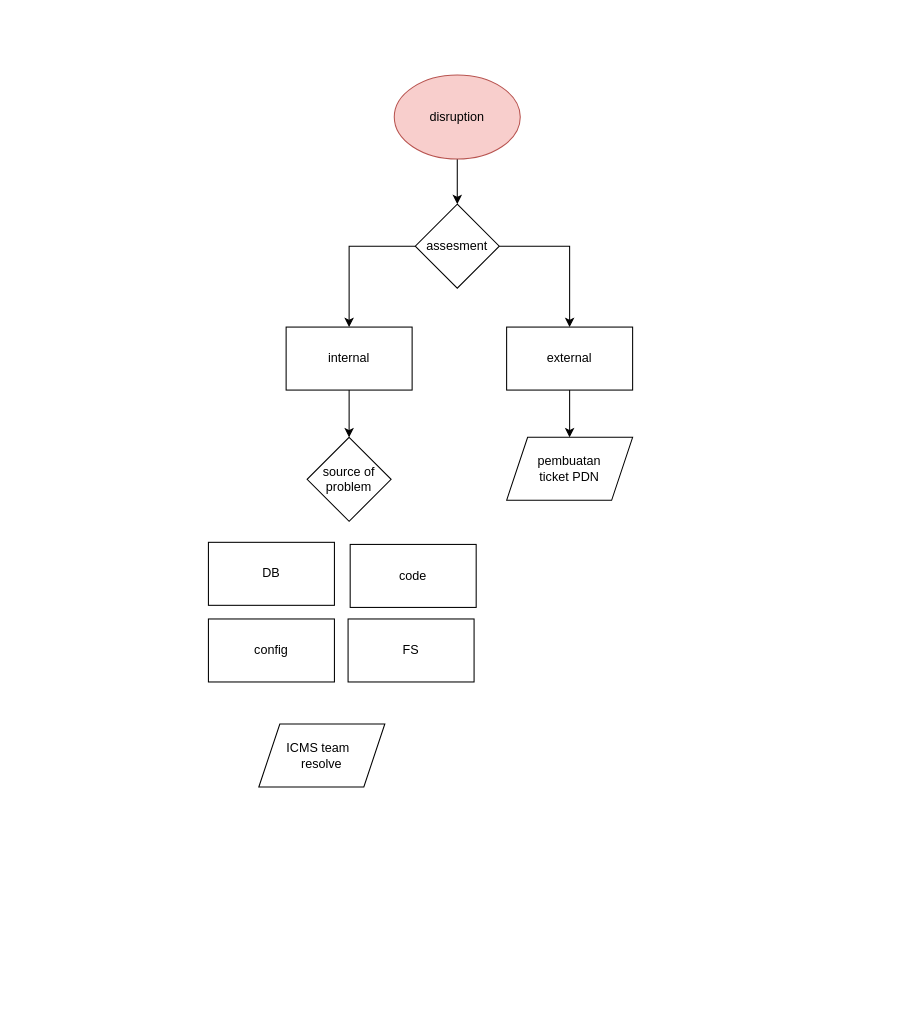
Earlier version of the draw.io diagram page "icms downtime" (2 of 3) of Copy of Untitled Diagram.drawio (adewandaru/adewandaru). Source tidied: cells renumbered, new cells numbered last; positions are measured from the earlier drawing's top-left corner, leaving out a move shared by most shapes. Both pictures are drawn from the tidied source at 105%, with x=0, y=0 at pixel (208, 75).
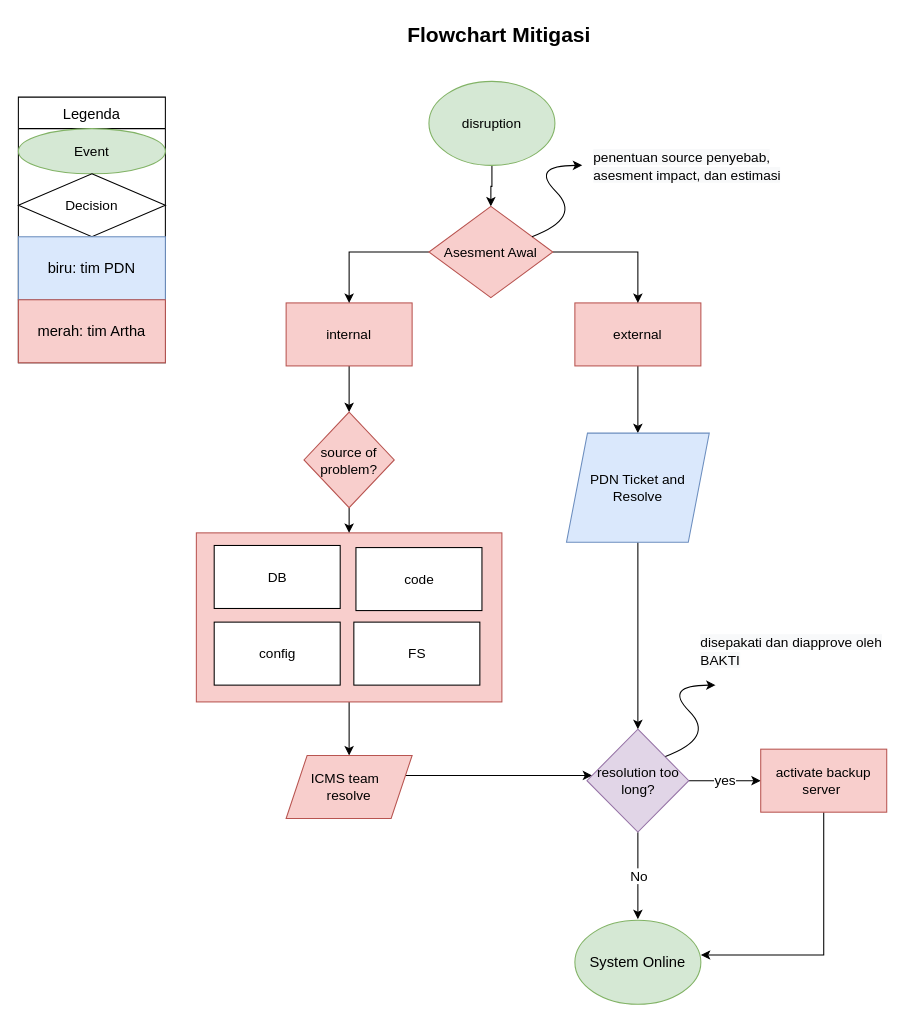
The same diagram, later.

The edit, as a diff of the source:
```diff
@@
+    <mxCell id="18" value="Legenda" style="swimlane;fontStyle=0;horizontal=1;startSize=30;fontSize=14;" parent="1" vertex="1">
+      <mxGeometry x="-181" y="21" width="140" height="253" as="geometry" />
+    </mxCell>
+    <mxCell id="19" value="Event" style="ellipse;whiteSpace=wrap;html=1;fillColor=#d5e8d4;strokeColor=#82b366;fontSize=13;" parent="18" vertex="1">
+      <mxGeometry y="30" width="140" height="43" as="geometry" />
+    </mxCell>
+    <mxCell id="20" value="Decision" style="rhombus;whiteSpace=wrap;html=1;fontSize=13;" parent="18" vertex="1">
+      <mxGeometry y="73" width="140" height="60" as="geometry" />
+    </mxCell>
+    <mxCell id="21" value="biru: tim PDN" style="rounded=0;whiteSpace=wrap;html=1;fontSize=14;fillColor=#dae8fc;strokeColor=#6c8ebf;" parent="18" vertex="1">
+      <mxGeometry y="133" width="140" height="60" as="geometry" />
+    </mxCell>
+    <mxCell id="22" value="merah: tim Artha" style="rounded=0;whiteSpace=wrap;html=1;fontSize=14;fillColor=#f8cecc;strokeColor=#b85450;" parent="18" vertex="1">
+      <mxGeometry y="193" width="140" height="60" as="geometry" />
+    </mxCell>
+    <mxCell id="23" style="edgeStyle=orthogonalEdgeStyle;rounded=0;jettySize=auto;html=1;fontSize=13;" parent="1" edge="1" source="24" target="12">
+      <mxGeometry relative="1" as="geometry" />
+    </mxCell>
+    <mxCell id="24" style="rounded=0;whiteSpace=wrap;html=1;fontSize=13;fillColor=#f8cecc;strokeColor=#b85450;" parent="1" vertex="1">
+      <mxGeometry x="-11.5" y="436" width="291" height="161" as="geometry" />
+    </mxCell>
-    <mxCell id="2" style="edgeStyle=orthogonalEdgeStyle;rounded=0;jettySize=auto;html=1;" parent="1" edge="1" source="3" target="13">
+    <mxCell id="2" style="edgeStyle=orthogonalEdgeStyle;rounded=0;jettySize=auto;html=1;fontSize=13;" parent="1" edge="1" source="3" target="13">
       <mxGeometry relative="1" as="geometry" />
     </mxCell>
-    <mxCell id="3" value="internal" style="rounded=0;whiteSpace=wrap;html=1;" parent="1" vertex="1">
-      <mxGeometry x="74" y="240" width="120" height="60" as="geometry" />
+    <mxCell id="3" value="internal" style="rounded=0;whiteSpace=wrap;html=1;fontSize=13;fillColor=#f8cecc;strokeColor=#b85450;" parent="1" vertex="1">
+      <mxGeometry x="74" y="217" width="120" height="60" as="geometry" />
     </mxCell>
-    <mxCell id="4" style="edgeStyle=orthogonalEdgeStyle;rounded=0;jettySize=auto;html=1;" parent="1" edge="1" source="5" target="11">
+    <mxCell id="4" style="edgeStyle=orthogonalEdgeStyle;rounded=0;jettySize=auto;html=1;fontSize=13;" parent="1" edge="1" source="5" target="11">
       <mxGeometry relative="1" as="geometry" />
     </mxCell>
-    <mxCell id="5" value="external" style="rounded=0;whiteSpace=wrap;html=1;" parent="1" vertex="1">
-      <mxGeometry x="284" y="240" width="120" height="60" as="geometry" />
+    <mxCell id="5" value="external" style="rounded=0;whiteSpace=wrap;html=1;fontSize=13;fillColor=#f8cecc;strokeColor=#b85450;" parent="1" vertex="1">
+      <mxGeometry x="349" y="217" width="120" height="60" as="geometry" />
     </mxCell>
-    <mxCell id="6" style="edgeStyle=orthogonalEdgeStyle;rounded=0;jettySize=auto;html=1;" parent="1" edge="1" source="7" target="10">
+    <mxCell id="6" style="edgeStyle=orthogonalEdgeStyle;rounded=0;jettySize=auto;html=1;fontSize=13;" parent="1" edge="1" source="7" target="10">
       <mxGeometry relative="1" as="geometry" />
     </mxCell>
-    <mxCell id="7" value="disruption" style="ellipse;whiteSpace=wrap;html=1;fillColor=#f8cecc;strokeColor=#b85450;" parent="1" vertex="1">
-      <mxGeometry x="177" width="120" height="80" as="geometry" />
+    <mxCell id="7" value="disruption" style="ellipse;whiteSpace=wrap;html=1;fillColor=#d5e8d4;strokeColor=#82b366;fontSize=13;" parent="1" vertex="1">
+      <mxGeometry x="210" y="6" width="120" height="80" as="geometry" />
     </mxCell>
-    <mxCell id="8" style="edgeStyle=orthogonalEdgeStyle;rounded=0;jettySize=auto;html=1;" parent="1" edge="1" source="10" target="3">
+    <mxCell id="8" style="edgeStyle=orthogonalEdgeStyle;rounded=0;jettySize=auto;html=1;fontSize=13;" parent="1" edge="1" source="10" target="3">
       <mxGeometry relative="1" as="geometry" />
     </mxCell>
-    <mxCell id="9" style="edgeStyle=orthogonalEdgeStyle;rounded=0;jettySize=auto;html=1;" parent="1" edge="1" source="10" target="5">
+    <mxCell id="9" style="edgeStyle=orthogonalEdgeStyle;rounded=0;jettySize=auto;html=1;fontSize=13;" parent="1" edge="1" source="10" target="5">
       <mxGeometry relative="1" as="geometry" />
     </mxCell>
-    <mxCell id="10" value="assesment" style="rhombus;whiteSpace=wrap;html=1;" parent="1" vertex="1">
-      <mxGeometry x="197" y="123" width="80" height="80" as="geometry" />
+    <mxCell id="10" value="Asesment Awal" style="rhombus;whiteSpace=wrap;html=1;fontSize=13;fillColor=#f8cecc;strokeColor=#b85450;" parent="1" vertex="1">
+      <mxGeometry x="210" y="125" width="118" height="87" as="geometry" />
     </mxCell>
+    <mxCell id="25" style="edgeStyle=orthogonalEdgeStyle;rounded=0;jettySize=auto;html=1;fontSize=13;" parent="1" edge="1" source="11" target="30">
+      <mxGeometry relative="1" as="geometry" />
+    </mxCell>
-    <mxCell id="11" value="pembuatan &lt;br&gt;ticket PDN" style="shape=parallelogram;perimeter=parallelogramPerimeter;whiteSpace=wrap;html=1;fixedSize=1;" parent="1" vertex="1">
-      <mxGeometry x="284" y="345" width="120" height="60" as="geometry" />
+    <mxCell id="11" value="PDN Ticket and Resolve" style="shape=parallelogram;perimeter=parallelogramPerimeter;whiteSpace=wrap;html=1;fixedSize=1;fontSize=13;fillColor=#dae8fc;strokeColor=#6c8ebf;" parent="1" vertex="1">
+      <mxGeometry x="341" y="341" width="136" height="104" as="geometry" />
     </mxCell>
+    <mxCell id="26" style="edgeStyle=orthogonalEdgeStyle;rounded=0;jettySize=auto;html=1;fontSize=13;" parent="1" edge="1" source="12" target="30">
+      <mxGeometry relative="1" as="geometry">
+        <Array as="points">
+          <mxPoint x="324" y="667" />
+          <mxPoint x="324" y="667" />
+        </Array>
+      </mxGeometry>
+    </mxCell>
-    <mxCell id="12" value="ICMS team &amp;nbsp;&lt;br&gt;resolve" style="shape=parallelogram;perimeter=parallelogramPerimeter;whiteSpace=wrap;html=1;fixedSize=1;" parent="1" vertex="1">
-      <mxGeometry x="48" y="618" width="120" height="60" as="geometry" />
+    <mxCell id="12" value="ICMS team &amp;nbsp;&lt;br style=&quot;font-size: 13px;&quot;&gt;resolve" style="shape=parallelogram;perimeter=parallelogramPerimeter;whiteSpace=wrap;html=1;fixedSize=1;fontSize=13;fillColor=#f8cecc;strokeColor=#b85450;" parent="1" vertex="1">
+      <mxGeometry x="74" y="648" width="120" height="60" as="geometry" />
     </mxCell>
+    <mxCell id="27" style="edgeStyle=orthogonalEdgeStyle;rounded=0;jettySize=auto;html=1;fontSize=13;" parent="1" edge="1" source="13" target="24">
+      <mxGeometry relative="1" as="geometry" />
+    </mxCell>
-    <mxCell id="13" value="source of problem" style="rhombus;whiteSpace=wrap;html=1;" parent="1" vertex="1">
-      <mxGeometry x="94" y="345" width="80" height="80" as="geometry" />
+    <mxCell id="13" value="source of problem?" style="rhombus;whiteSpace=wrap;html=1;fontSize=13;fillColor=#f8cecc;strokeColor=#b85450;" parent="1" vertex="1">
+      <mxGeometry x="91" y="321" width="86" height="91" as="geometry" />
     </mxCell>
-    <mxCell id="14" value="DB" style="rounded=0;whiteSpace=wrap;html=1;" parent="1" vertex="1">
-      <mxGeometry y="445" width="120" height="60" as="geometry" />
+    <mxCell id="14" value="DB" style="rounded=0;whiteSpace=wrap;html=1;fontSize=13;" parent="1" vertex="1">
+      <mxGeometry x="5.5" y="448" width="120" height="60" as="geometry" />
     </mxCell>
-    <mxCell id="15" value="code" style="rounded=0;whiteSpace=wrap;html=1;" parent="1" vertex="1">
-      <mxGeometry x="135" y="447" width="120" height="60" as="geometry" />
+    <mxCell id="15" value="code" style="rounded=0;whiteSpace=wrap;html=1;fontSize=13;" parent="1" vertex="1">
+      <mxGeometry x="140.5" y="450" width="120" height="60" as="geometry" />
     </mxCell>
-    <mxCell id="16" value="config" style="rounded=0;whiteSpace=wrap;html=1;" parent="1" vertex="1">
-      <mxGeometry y="518" width="120" height="60" as="geometry" />
+    <mxCell id="16" value="config" style="rounded=0;whiteSpace=wrap;html=1;fontSize=13;" parent="1" vertex="1">
+      <mxGeometry x="5.5" y="521" width="120" height="60" as="geometry" />
     </mxCell>
-    <mxCell id="17" value="FS" style="rounded=0;whiteSpace=wrap;html=1;" parent="1" vertex="1">
-      <mxGeometry x="133" y="518" width="120" height="60" as="geometry" />
+    <mxCell id="17" value="FS" style="rounded=0;whiteSpace=wrap;html=1;fontSize=13;" parent="1" vertex="1">
+      <mxGeometry x="138.5" y="521" width="120" height="60" as="geometry" />
     </mxCell>
+    <mxCell id="28" value="yes" style="edgeStyle=orthogonalEdgeStyle;rounded=0;jettySize=auto;html=1;fontSize=13;" parent="1" edge="1" source="30" target="32">
+      <mxGeometry relative="1" as="geometry" />
+    </mxCell>
+    <mxCell id="29" value="No" style="edgeStyle=orthogonalEdgeStyle;rounded=0;jettySize=auto;html=1;fontSize=13;" parent="1" edge="1" source="30">
+      <mxGeometry relative="1" as="geometry">
+        <mxPoint x="409" y="804" as="targetPoint" />
+      </mxGeometry>
+    </mxCell>
+    <mxCell id="30" value="resolution too long?" style="rhombus;whiteSpace=wrap;html=1;fontSize=13;fillColor=#e1d5e7;strokeColor=#9673a6;" parent="1" vertex="1">
+      <mxGeometry x="360.5" y="623" width="97" height="98" as="geometry" />
+    </mxCell>
+    <mxCell id="31" style="edgeStyle=orthogonalEdgeStyle;rounded=0;jettySize=auto;html=1;fontSize=13;" parent="1" edge="1" source="32">
+      <mxGeometry relative="1" as="geometry">
+        <mxPoint x="469" y="838" as="targetPoint" />
+        <Array as="points">
+          <mxPoint x="586" y="838" />
+        </Array>
+      </mxGeometry>
+    </mxCell>
+    <mxCell id="32" value="activate backup server&amp;nbsp;" style="rounded=0;whiteSpace=wrap;html=1;fontSize=13;fillColor=#f8cecc;strokeColor=#b85450;" parent="1" vertex="1">
+      <mxGeometry x="526" y="642" width="120" height="60" as="geometry" />
+    </mxCell>
+    <mxCell id="33" value="Flowchart Mitigasi" style="text;html=1;strokeColor=none;fillColor=none;align=center;verticalAlign=middle;whiteSpace=wrap;rounded=0;fontSize=20;fontStyle=1;" parent="1" vertex="1">
+      <mxGeometry x="153" y="-54" width="248" height="30" as="geometry" />
+    </mxCell>
+    <mxCell id="34" value="&lt;span style=&quot;caret-color: rgb(0, 0, 0); color: rgb(0, 0, 0); font-family: Helvetica; font-size: 13px; font-style: normal; font-variant-caps: normal; font-weight: normal; letter-spacing: normal; text-align: center; text-indent: 0px; text-transform: none; word-spacing: 0px; -webkit-text-stroke-width: 0px; background-color: rgb(248, 249, 250); text-decoration: none; float: none; display: inline !important;&quot;&gt;penentuan source penyebab, asesment impact, dan estimasi&lt;/span&gt;" style="text;whiteSpace=wrap;html=1;fontSize=14;" parent="1" vertex="1">
+      <mxGeometry x="365" y="63" width="186" height="38" as="geometry" />
+    </mxCell>
+    <mxCell id="35" style="curved=1;endArrow=classic;html=1;rounded=0;fontSize=14;" parent="1" edge="1" source="10">
+      <mxGeometry relative="1" as="geometry">
+        <mxPoint x="356" y="86" as="targetPoint" />
+        <Array as="points">
+          <mxPoint x="356" y="136" />
+          <mxPoint x="306" y="86" />
+        </Array>
+      </mxGeometry>
+    </mxCell>
+    <mxCell id="36" value="System Online" style="ellipse;whiteSpace=wrap;html=1;fontSize=14;fillColor=#d5e8d4;strokeColor=#82b366;" parent="1" vertex="1">
+      <mxGeometry x="349" y="805" width="120" height="80" as="geometry" />
+    </mxCell>
+    <mxCell id="37" value="&lt;span style=&quot;caret-color: rgb(0, 0, 0); color: rgb(0, 0, 0); font-family: Helvetica; font-size: 13px; font-style: normal; font-variant-caps: normal; font-weight: normal; letter-spacing: normal; text-align: center; text-indent: 0px; text-transform: none; word-spacing: 0px; -webkit-text-stroke-width: 0px; background-color: rgb(248, 249, 250); text-decoration: none; float: none; display: inline !important;&quot;&gt;disepakati dan diapprove oleh BAKTI&lt;/span&gt;" style="text;whiteSpace=wrap;html=1;fontSize=14;" parent="1" vertex="1">
+      <mxGeometry x="467" y="525" width="186" height="38" as="geometry" />
+    </mxCell>
+    <mxCell id="38" style="curved=1;endArrow=classic;html=1;rounded=0;fontSize=14;" parent="1" edge="1">
+      <mxGeometry relative="1" as="geometry">
+        <mxPoint x="435.2" y="648.9" as="sourcePoint" />
+        <mxPoint x="483" y="581" as="targetPoint" />
+        <Array as="points">
+          <mxPoint x="483" y="631" />
+          <mxPoint x="433" y="581" />
+        </Array>
+      </mxGeometry>
+    </mxCell>
```
